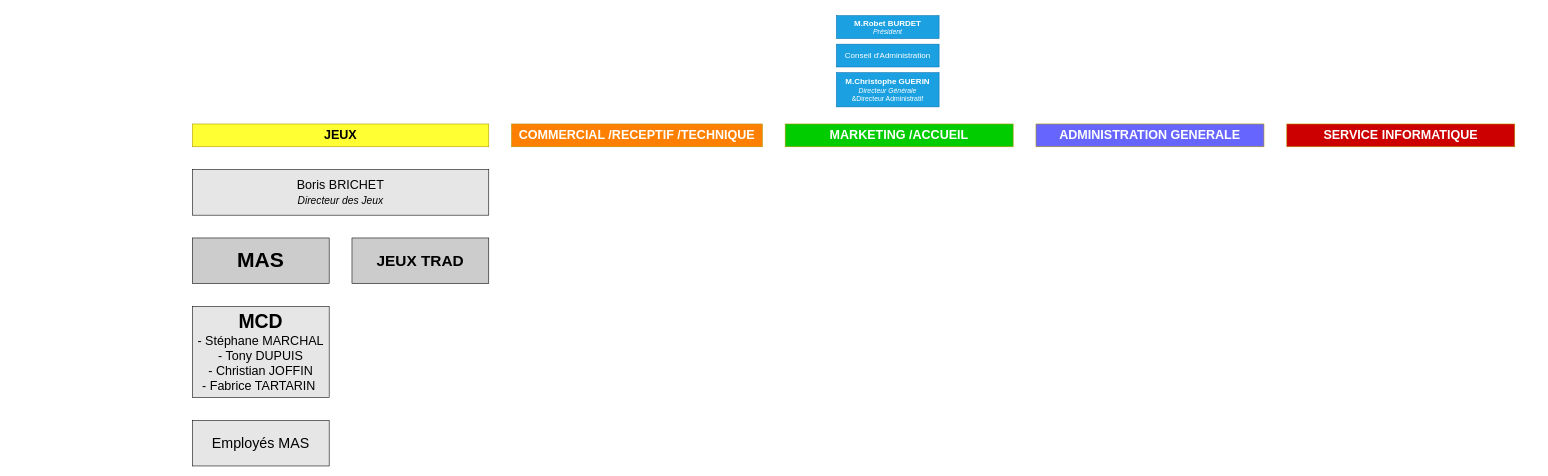
Above: Organigram_Casino.drawio in Surimi115/Git_test (draw.io), before the change. Source tidied: cells renumbered, new cells numbered last; positions are measured from the earlier drawing's top-left corner, leaving out a move shared by most shapes. Both pictures are drawn from the tidied source at 57%, with x=0, y=0 at pixel (192, 15).
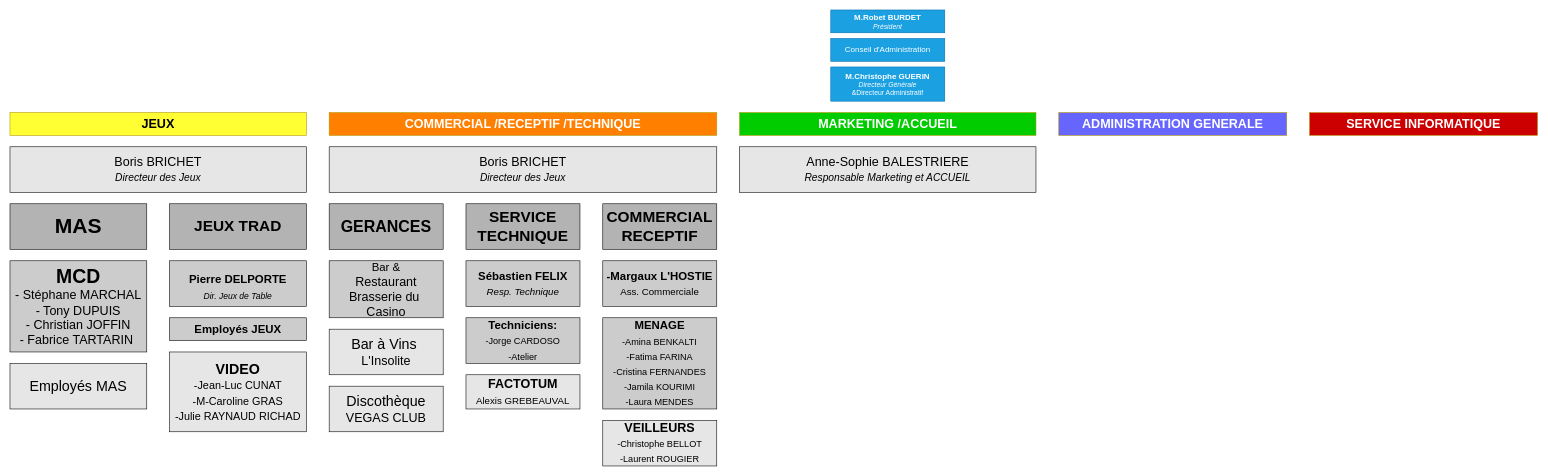
The same page after the edit.

Change to the diagram source:
```diff
@@
     <mxCell id="2" value="&lt;b&gt;&lt;font style=&quot;font-size: 14px;&quot;&gt;M.Robet BURDET&lt;/font&gt;&lt;/b&gt;&lt;br&gt;&lt;i&gt;Président&lt;/i&gt;" style="rounded=0;whiteSpace=wrap;html=1;fillColor=#1ba1e2;strokeColor=#006EAF;fontColor=#ffffff;" parent="1" vertex="1">
-      <mxGeometry x="1130" width="180" height="40" as="geometry" />
+      <mxGeometry x="1120" y="-10" width="200" height="40" as="geometry" />
     </mxCell>
     <mxCell id="3" value="&lt;span style=&quot;font-size: 14px;&quot;&gt;&lt;b&gt;M.Christophe GUERIN&lt;br&gt;&lt;/b&gt;&lt;/span&gt;&lt;i&gt;Directeur Générale&lt;br&gt;&lt;/i&gt;&amp;amp;Directeur Administratif" style="rounded=0;whiteSpace=wrap;html=1;fillColor=#1ba1e2;strokeColor=#006EAF;fontColor=#ffffff;" parent="1" vertex="1">
-      <mxGeometry x="1130" y="100" width="180" height="60" as="geometry" />
+      <mxGeometry x="1120" y="90" width="200" height="60" as="geometry" />
     </mxCell>
     <mxCell id="4" value="&lt;span style=&quot;font-size: 14px;&quot;&gt;Conseil d'Administration&lt;/span&gt;" style="rounded=0;whiteSpace=wrap;html=1;fillColor=#1ba1e2;strokeColor=#006EAF;fontColor=#ffffff;" parent="1" vertex="1">
-      <mxGeometry x="1130" y="50" width="180" height="40" as="geometry" />
+      <mxGeometry x="1120" y="40" width="200" height="40" as="geometry" />
     </mxCell>
     <mxCell id="5" value="&lt;font color=&quot;#ffffff&quot;&gt;&lt;span style=&quot;font-size: 22px;&quot;&gt;&lt;b&gt;COMMERCIAL /RECEPTIF /TECHNIQUE&lt;/b&gt;&lt;/span&gt;&lt;/font&gt;" style="rounded=0;whiteSpace=wrap;html=1;fontSize=14;fillColor=#FF8000;fontColor=#000000;strokeColor=#B09500;" parent="1" vertex="1">
-      <mxGeometry x="560" y="190" width="440" height="40" as="geometry" />
+      <mxGeometry x="240" y="170" width="680" height="40" as="geometry" />
     </mxCell>
     <mxCell id="6" value="&lt;b&gt;&lt;font style=&quot;font-size: 22px;&quot;&gt;JEUX&lt;/font&gt;&lt;/b&gt;" style="rounded=0;whiteSpace=wrap;html=1;fontSize=14;fillColor=#FFFF33;fontColor=#000000;strokeColor=#B09500;" parent="1" vertex="1">
-      <mxGeometry y="190" width="520" height="40" as="geometry" />
+      <mxGeometry x="-320" y="170" width="520" height="40" as="geometry" />
     </mxCell>
     <mxCell id="7" value="&lt;b&gt;&lt;font style=&quot;font-size: 22px;&quot;&gt;MARKETING /ACCUEIL&lt;/font&gt;&lt;/b&gt;" style="rounded=0;whiteSpace=wrap;html=1;fontSize=14;fillColor=#00CC00;fontColor=#FFFFFF;strokeColor=#B09500;" parent="1" vertex="1">
-      <mxGeometry x="1040" y="190" width="400" height="40" as="geometry" />
+      <mxGeometry x="960" y="170" width="520" height="40" as="geometry" />
     </mxCell>
     <mxCell id="8" value="&lt;b&gt;&lt;font style=&quot;font-size: 22px;&quot;&gt;ADMINISTRATION GENERALE&lt;/font&gt;&lt;/b&gt;" style="rounded=0;whiteSpace=wrap;html=1;fontSize=14;fillColor=#6666FF;fontColor=#FFFFFF;strokeColor=#B09500;" parent="1" vertex="1">
-      <mxGeometry x="1480" y="190" width="400" height="40" as="geometry" />
+      <mxGeometry x="1520" y="170" width="400" height="40" as="geometry" />
     </mxCell>
     <mxCell id="9" value="&lt;span style=&quot;font-size: 22px;&quot;&gt;&lt;b&gt;SERVICE INFORMATIQUE&lt;/b&gt;&lt;/span&gt;" style="rounded=0;whiteSpace=wrap;html=1;fontSize=14;fillColor=#CC0000;fontColor=#FFFFFF;strokeColor=#B09500;" parent="1" vertex="1">
-      <mxGeometry x="1920" y="190" width="400" height="40" as="geometry" />
+      <mxGeometry x="1960" y="170" width="400" height="40" as="geometry" />
     </mxCell>
     <mxCell id="10" value="&lt;font color=&quot;#000000&quot;&gt;Boris BRICHET&lt;br&gt;&lt;font style=&quot;font-size: 18px;&quot;&gt;&lt;i&gt;Directeur des Jeux&lt;/i&gt;&lt;/font&gt;&lt;br&gt;&lt;/font&gt;" style="rounded=0;whiteSpace=wrap;html=1;fontSize=22;fontColor=#FFFFFF;fillColor=#E6E6E6;gradientColor=none;" parent="1" vertex="1">
-      <mxGeometry y="270" width="520" height="80" as="geometry" />
+      <mxGeometry x="-320" y="230" width="520" height="80" as="geometry" />
     </mxCell>
-    <mxCell id="11" value="&lt;font color=&quot;#000000&quot;&gt;&lt;b&gt;&lt;font style=&quot;font-size: 37px;&quot;&gt;MAS&lt;/font&gt;&lt;/b&gt;&lt;br&gt;&lt;/font&gt;" style="rounded=0;whiteSpace=wrap;html=1;fontSize=22;fontColor=#FFFFFF;fillColor=#CCCCCC;gradientColor=none;" parent="1" vertex="1">
-      <mxGeometry y="390" width="240" height="80" as="geometry" />
+    <mxCell id="11" value="&lt;font color=&quot;#000000&quot;&gt;&lt;b&gt;&lt;font style=&quot;font-size: 37px;&quot;&gt;MAS&lt;/font&gt;&lt;/b&gt;&lt;br&gt;&lt;/font&gt;" style="rounded=0;whiteSpace=wrap;html=1;fontSize=22;fontColor=#FFFFFF;fillColor=#B3B3B3;gradientColor=none;" parent="1" vertex="1">
+      <mxGeometry x="-320" y="330" width="240" height="80" as="geometry" />
     </mxCell>
-    <mxCell id="12" value="&lt;font color=&quot;#000000&quot;&gt;&lt;b&gt;&lt;font style=&quot;font-size: 27px;&quot;&gt;JEUX TRAD&lt;/font&gt;&lt;/b&gt;&lt;br&gt;&lt;/font&gt;" style="rounded=0;whiteSpace=wrap;html=1;fontSize=22;fontColor=#FFFFFF;fillColor=#CCCCCC;gradientColor=none;" parent="1" vertex="1">
-      <mxGeometry x="280" y="390" width="240" height="80" as="geometry" />
+    <mxCell id="12" value="&lt;font color=&quot;#000000&quot;&gt;&lt;b&gt;&lt;font style=&quot;font-size: 27px;&quot;&gt;JEUX TRAD&lt;/font&gt;&lt;/b&gt;&lt;br&gt;&lt;/font&gt;" style="rounded=0;whiteSpace=wrap;html=1;fontSize=22;fontColor=#FFFFFF;fillColor=#B3B3B3;gradientColor=none;" parent="1" vertex="1">
+      <mxGeometry x="-40" y="330" width="240" height="80" as="geometry" />
     </mxCell>
-    <mxCell id="13" value="&lt;font color=&quot;#000000&quot;&gt;&lt;b&gt;&lt;font style=&quot;font-size: 34px;&quot;&gt;MCD&lt;/font&gt;&lt;/b&gt;&lt;br&gt;- Stéphane MARCHAL&lt;br&gt;- Tony DUPUIS&lt;br&gt;- Christian JOFFIN&lt;br&gt;- Fabrice TARTARIN&amp;nbsp;&lt;br&gt;&lt;/font&gt;" style="rounded=0;whiteSpace=wrap;html=1;fontSize=22;fontColor=#FFFFFF;fillColor=#E6E6E6;gradientColor=none;" parent="1" vertex="1">
-      <mxGeometry y="510" width="240" height="160" as="geometry" />
+    <mxCell id="13" value="&lt;font color=&quot;#000000&quot;&gt;&lt;b&gt;&lt;font style=&quot;font-size: 34px;&quot;&gt;MCD&lt;/font&gt;&lt;/b&gt;&lt;br&gt;- Stéphane MARCHAL&lt;br&gt;- Tony DUPUIS&lt;br&gt;- Christian JOFFIN&lt;br&gt;- Fabrice TARTARIN&amp;nbsp;&lt;br&gt;&lt;/font&gt;" style="rounded=0;whiteSpace=wrap;html=1;fontSize=22;fontColor=#FFFFFF;fillColor=#CCCCCC;gradientColor=none;" parent="1" vertex="1">
+      <mxGeometry x="-320" y="430" width="240" height="160" as="geometry" />
     </mxCell>
     <mxCell id="14" value="&lt;font color=&quot;#000000&quot;&gt;&lt;font style=&quot;font-size: 25px;&quot;&gt;Employés MAS&lt;/font&gt;&lt;br&gt;&lt;/font&gt;" style="rounded=0;whiteSpace=wrap;html=1;fontSize=22;fontColor=#FFFFFF;fillColor=#E6E6E6;gradientColor=none;" parent="1" vertex="1">
-      <mxGeometry y="710" width="240" height="80" as="geometry" />
+      <mxGeometry x="-320" y="610" width="240" height="80" as="geometry" />
     </mxCell>
+    <mxCell id="15" value="&lt;font color=&quot;#000000&quot;&gt;&lt;span style=&quot;font-size: 34px;&quot;&gt;&lt;b style=&quot;font-size: 20px;&quot;&gt;Pierre DELPORTE&lt;br&gt;&lt;/b&gt;&lt;/span&gt;&lt;i&gt;&lt;font style=&quot;font-size: 15px;&quot;&gt;Dir. Jeux de Table&lt;/font&gt;&lt;/i&gt;&lt;br&gt;&lt;/font&gt;" style="rounded=0;whiteSpace=wrap;html=1;fontSize=22;fontColor=#FFFFFF;fillColor=#CCCCCC;gradientColor=none;" parent="1" vertex="1">
+      <mxGeometry x="-40" y="430" width="240" height="80" as="geometry" />
+    </mxCell>
+    <mxCell id="16" value="&lt;font color=&quot;#000000&quot;&gt;&lt;span style=&quot;font-size: 20px;&quot;&gt;&lt;b&gt;Employés JEUX&lt;/b&gt;&lt;/span&gt;&lt;br&gt;&lt;/font&gt;" style="rounded=0;whiteSpace=wrap;html=1;fontSize=22;fontColor=#FFFFFF;fillColor=#CCCCCC;gradientColor=none;" parent="1" vertex="1">
+      <mxGeometry x="-40" y="530" width="240" height="40" as="geometry" />
+    </mxCell>
+    <mxCell id="17" value="&lt;font style=&quot;font-size: 19px;&quot; color=&quot;#000000&quot;&gt;&lt;font style=&quot;font-size: 25px;&quot;&gt;&lt;b&gt;VIDEO&lt;/b&gt;&lt;br&gt;&lt;/font&gt;-Jean-Luc CUNAT&lt;br&gt;-M-Caroline GRAS&lt;br&gt;-Julie RAYNAUD RICHAD&lt;br&gt;&lt;/font&gt;" style="rounded=0;whiteSpace=wrap;html=1;fontSize=22;fontColor=#FFFFFF;fillColor=#E6E6E6;gradientColor=none;" parent="1" vertex="1">
+      <mxGeometry x="-40" y="590" width="240" height="140" as="geometry" />
+    </mxCell>
+    <mxCell id="18" value="&lt;font color=&quot;#000000&quot;&gt;Boris BRICHET&lt;br&gt;&lt;font style=&quot;font-size: 18px;&quot;&gt;&lt;i&gt;Directeur des Jeux&lt;/i&gt;&lt;/font&gt;&lt;br&gt;&lt;/font&gt;" style="rounded=0;whiteSpace=wrap;html=1;fontSize=22;fontColor=#FFFFFF;fillColor=#E6E6E6;gradientColor=none;" parent="1" vertex="1">
+      <mxGeometry x="240" y="230" width="680" height="80" as="geometry" />
+    </mxCell>
+    <mxCell id="19" value="&lt;font color=&quot;#000000&quot;&gt;&lt;b&gt;&lt;font style=&quot;font-size: 28px;&quot;&gt;GERANCES&lt;/font&gt;&lt;/b&gt;&lt;br&gt;&lt;/font&gt;" style="rounded=0;whiteSpace=wrap;html=1;fontSize=22;fontColor=#FFFFFF;fillColor=#B3B3B3;gradientColor=none;" parent="1" vertex="1">
+      <mxGeometry x="240" y="330" width="200" height="80" as="geometry" />
+    </mxCell>
+    <mxCell id="20" value="&lt;font color=&quot;#000000&quot;&gt;&lt;span style=&quot;font-size: 27px;&quot;&gt;&lt;b&gt;SERVICE TECHNIQUE&lt;/b&gt;&lt;/span&gt;&lt;br&gt;&lt;/font&gt;" style="rounded=0;whiteSpace=wrap;html=1;fontSize=22;fontColor=#FFFFFF;fillColor=#B3B3B3;gradientColor=none;" parent="1" vertex="1">
+      <mxGeometry x="480" y="330" width="200" height="80" as="geometry" />
+    </mxCell>
+    <mxCell id="21" value="&lt;font color=&quot;#000000&quot;&gt;&lt;span style=&quot;font-size: 20px;&quot;&gt;Bar &amp;amp;&lt;br&gt;&lt;/span&gt;Restaurant&lt;br&gt;Brasserie du&amp;nbsp;&lt;br&gt;Casino&lt;br&gt;&lt;/font&gt;" style="rounded=0;whiteSpace=wrap;html=1;fontSize=22;fontColor=#FFFFFF;fillColor=#CCCCCC;gradientColor=none;" parent="1" vertex="1">
+      <mxGeometry x="240" y="430" width="200" height="100" as="geometry" />
+    </mxCell>
+    <mxCell id="22" value="&lt;font color=&quot;#000000&quot;&gt;&lt;font style=&quot;font-size: 25px;&quot;&gt;Bar à Vins&amp;nbsp;&lt;br&gt;&lt;/font&gt;L'Insolite&lt;br&gt;&lt;/font&gt;" style="rounded=0;whiteSpace=wrap;html=1;fontSize=22;fontColor=#FFFFFF;fillColor=#E6E6E6;gradientColor=none;" parent="1" vertex="1">
+      <mxGeometry x="240" y="550" width="200" height="80" as="geometry" />
+    </mxCell>
+    <mxCell id="23" value="&lt;font color=&quot;#000000&quot;&gt;&lt;span style=&quot;font-size: 20px;&quot;&gt;&lt;b&gt;Sébastien FELIX&lt;br&gt;&lt;/b&gt;&lt;/span&gt;&lt;font style=&quot;font-size: 17px;&quot;&gt;&lt;i&gt;Resp. Technique&lt;/i&gt;&lt;/font&gt;&lt;br&gt;&lt;/font&gt;" style="rounded=0;whiteSpace=wrap;html=1;fontSize=22;fontColor=#FFFFFF;fillColor=#CCCCCC;gradientColor=none;" parent="1" vertex="1">
+      <mxGeometry x="480" y="430" width="200" height="80" as="geometry" />
+    </mxCell>
+    <mxCell id="24" value="&lt;font style=&quot;font-size: 16px;&quot; color=&quot;#000000&quot;&gt;&lt;span style=&quot;font-size: 20px;&quot;&gt;&lt;b&gt;Techniciens:&lt;br&gt;&lt;/b&gt;&lt;/span&gt;-Jorge CARDOSO&lt;br&gt;-Atelier&lt;br&gt;&lt;/font&gt;" style="rounded=0;whiteSpace=wrap;html=1;fontSize=22;fontColor=#FFFFFF;fillColor=#CCCCCC;gradientColor=none;" parent="1" vertex="1">
+      <mxGeometry x="480" y="530" width="200" height="80" as="geometry" />
+    </mxCell>
+    <mxCell id="25" value="&lt;font style=&quot;&quot; color=&quot;#000000&quot;&gt;&lt;b style=&quot;&quot;&gt;&lt;font style=&quot;font-size: 22px;&quot;&gt;FACTOTUM&lt;/font&gt;&lt;br&gt;&lt;/b&gt;&lt;font style=&quot;font-size: 17px;&quot;&gt;Alexis GREBEAUVAL&lt;/font&gt;&lt;br&gt;&lt;/font&gt;" style="rounded=0;whiteSpace=wrap;html=1;fontSize=22;fontColor=#FFFFFF;fillColor=#E6E6E6;gradientColor=none;" parent="1" vertex="1">
+      <mxGeometry x="480" y="630" width="200" height="60" as="geometry" />
+    </mxCell>
+    <mxCell id="26" value="&lt;font color=&quot;#000000&quot;&gt;&lt;b&gt;&lt;font style=&quot;font-size: 27px;&quot;&gt;COMMERCIAL RECEPTIF&lt;/font&gt;&lt;/b&gt;&lt;br&gt;&lt;/font&gt;" style="rounded=0;whiteSpace=wrap;html=1;fontSize=22;fontColor=#FFFFFF;fillColor=#B3B3B3;gradientColor=none;" parent="1" vertex="1">
+      <mxGeometry x="720" y="330" width="200" height="80" as="geometry" />
+    </mxCell>
+    <mxCell id="27" value="&lt;font style=&quot;&quot; color=&quot;#000000&quot;&gt;&lt;span style=&quot;font-size: 20px;&quot;&gt;&lt;b&gt;-Margaux L'HOSTIE&lt;br&gt;&lt;/b&gt;&lt;/span&gt;&lt;font style=&quot;font-size: 17px;&quot;&gt;Ass. Commercial&lt;/font&gt;&lt;font style=&quot;font-size: 17px;&quot;&gt;e&lt;/font&gt;&lt;br&gt;&lt;/font&gt;" style="rounded=0;whiteSpace=wrap;html=1;fontSize=22;fontColor=#FFFFFF;fillColor=#CCCCCC;gradientColor=none;" parent="1" vertex="1">
+      <mxGeometry x="720" y="430" width="200" height="80" as="geometry" />
+    </mxCell>
+    <mxCell id="28" value="&lt;font style=&quot;font-size: 16px;&quot; color=&quot;#000000&quot;&gt;&lt;span style=&quot;font-size: 20px;&quot;&gt;&lt;b&gt;MENAGE&lt;br&gt;&lt;/b&gt;&lt;/span&gt;-Amina BENKALTI&lt;br&gt;-Fatima FARINA&lt;br&gt;-Cristina FERNANDES&lt;br&gt;-Jamila KOURIMI&lt;br&gt;-Laura MENDES&lt;br&gt;&lt;/font&gt;" style="rounded=0;whiteSpace=wrap;html=1;fontSize=22;fontColor=#FFFFFF;fillColor=#CCCCCC;gradientColor=none;" parent="1" vertex="1">
+      <mxGeometry x="720" y="530" width="200" height="160" as="geometry" />
+    </mxCell>
+    <mxCell id="29" value="&lt;font style=&quot;&quot; color=&quot;#000000&quot;&gt;&lt;font style=&quot;&quot;&gt;&lt;b style=&quot;&quot;&gt;&lt;font style=&quot;font-size: 22px;&quot;&gt;VEILLEURS&lt;/font&gt;&lt;/b&gt;&lt;br&gt;&lt;/font&gt;&lt;span style=&quot;font-size: 16px;&quot;&gt;-Christophe BELLOT&lt;/span&gt;&lt;br&gt;&lt;span style=&quot;font-size: 16px;&quot;&gt;-Laurent ROUGIER&lt;/span&gt;&lt;br&gt;&lt;/font&gt;" style="rounded=0;whiteSpace=wrap;html=1;fontSize=22;fontColor=#FFFFFF;fillColor=#E6E6E6;gradientColor=none;" parent="1" vertex="1">
+      <mxGeometry x="720" y="710" width="200" height="80" as="geometry" />
+    </mxCell>
+    <mxCell id="30" value="&lt;font color=&quot;#000000&quot;&gt;&lt;span style=&quot;font-size: 25px;&quot;&gt;Discothèque&lt;br&gt;&lt;/span&gt;VEGAS CLUB&lt;br&gt;&lt;/font&gt;" style="rounded=0;whiteSpace=wrap;html=1;fontSize=22;fontColor=#FFFFFF;fillColor=#E6E6E6;gradientColor=none;" parent="1" vertex="1">
+      <mxGeometry x="240" y="650" width="200" height="80" as="geometry" />
+    </mxCell>
+    <mxCell id="31" value="&lt;font color=&quot;#000000&quot;&gt;Anne-Sophie BALESTRIERE&lt;br&gt;&lt;i&gt;&lt;font style=&quot;font-size: 18px;&quot;&gt;Responsable Marketing et ACCUEIL&lt;/font&gt;&lt;/i&gt;&lt;br&gt;&lt;/font&gt;" style="rounded=0;whiteSpace=wrap;html=1;fontSize=22;fontColor=#FFFFFF;fillColor=#E6E6E6;gradientColor=none;" parent="1" vertex="1">
+      <mxGeometry x="960" y="230" width="520" height="80" as="geometry" />
+    </mxCell>
```
